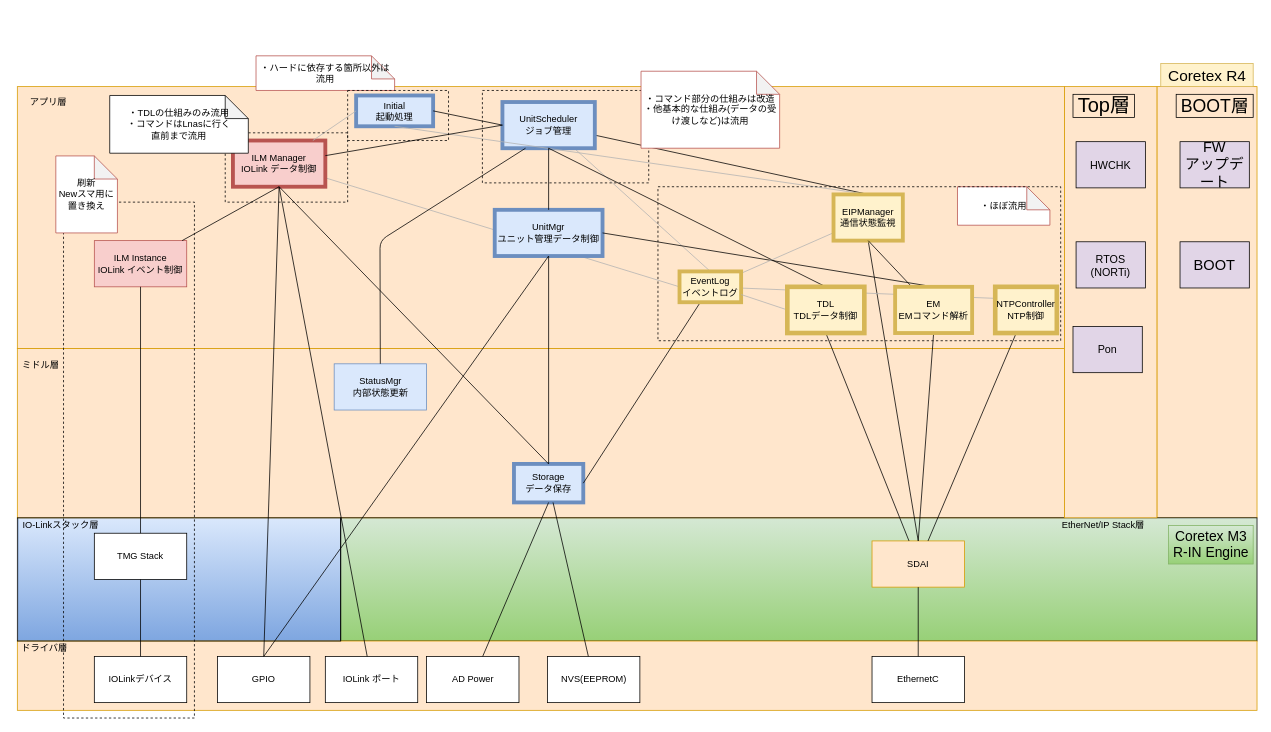
Above: page "NXR-ILM静的構造_整理" (2 of 4) of NWユニット_アーキテクチャ図.drawio in YutaSuzukiGARI/nwunit (draw.io), before the change. Source tidied: cells renumbered, new cells numbered last; positions are measured from the earlier drawing's top-left corner, leaving out a move shared by most shapes. Both pictures are drawn from the tidied source at 77%, with x=0, y=0 at pixel (13, 55).
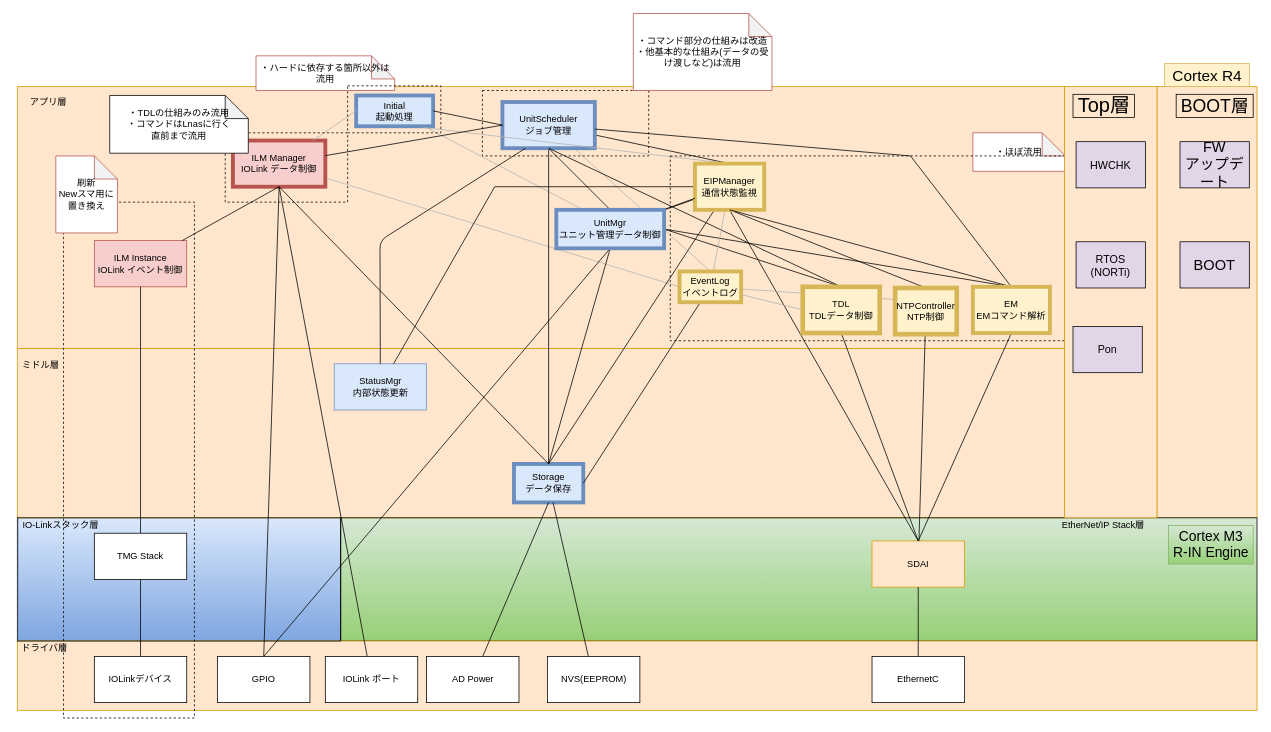
Above is the later version.

The change refers to these unchanged cells:
```xml
<mxCell id="11" value="Initial&lt;br&gt;起動処理" style="rounded=0;whiteSpace=wrap;html=1;fillColor=#dae8fc;strokeColor=#6c8ebf;strokeWidth=5;fontColor=default;" parent="1" vertex="1">
  <mxGeometry x="445" y="51.5" width="100" height="40" as="geometry" />
</mxCell>
<mxCell id="13" value="StatusMgr&lt;br&gt;内部状態更新" style="rounded=0;whiteSpace=wrap;html=1;fillColor=#dae8fc;strokeColor=#6c8ebf;fontColor=default;" parent="1" vertex="1">
  <mxGeometry x="416.5" y="400" width="120" height="60" as="geometry" />
</mxCell>
<mxCell id="14" value="SDAI" style="rounded=0;whiteSpace=wrap;html=1;fillColor=#ffe6cc;strokeColor=#d79b00;fontColor=default;" parent="1" vertex="1">
  <mxGeometry x="1115" y="630" width="120" height="60" as="geometry" />
</mxCell>
<mxCell id="16" value="Storage&lt;br&gt;データ保存" style="rounded=0;whiteSpace=wrap;html=1;fillColor=#dae8fc;strokeColor=#6c8ebf;strokeWidth=5;fontColor=default;" parent="1" vertex="1">
  <mxGeometry x="650" y="530" width="90" height="50" as="geometry" />
</mxCell>
<mxCell id="19" value="UnitScheduler&lt;br&gt;ジョブ管理" style="rounded=0;whiteSpace=wrap;html=1;fillColor=#dae8fc;strokeColor=#6c8ebf;strokeWidth=5;fontColor=default;" parent="1" vertex="1">
  <mxGeometry x="635" y="60" width="120" height="60" as="geometry" />
</mxCell>
```

Diff of the diagram source:
```diff
@@
+    <mxCell id="87" style="edgeStyle=none;rounded=0;jettySize=auto;html=1;entryX=0.25;entryY=0;entryDx=0;entryDy=0;endArrow=none;endFill=0;strokeColor=#B3B3B3;" parent="1" edge="1" source="11" target="12">
+      <mxGeometry relative="1" as="geometry" />
+    </mxCell>
@@
-    <mxCell id="12" value="UnitMgr&lt;br&gt;ユニット管理データ制御" style="rounded=0;whiteSpace=wrap;html=1;fillColor=#dae8fc;strokeColor=#6c8ebf;strokeWidth=5;fontColor=default;" parent="1" vertex="1">
-      <mxGeometry x="625" y="200" width="140" height="60" as="geometry" />
-    </mxCell>
+    <mxCell id="88" style="edgeStyle=none;rounded=0;jettySize=auto;html=1;entryX=0.5;entryY=0;entryDx=0;entryDy=0;endArrow=none;endFill=0;exitX=1;exitY=0.5;exitDx=0;exitDy=0;" parent="1" edge="1" source="12" target="70">
+      <mxGeometry relative="1" as="geometry" />
+    </mxCell>
@@
+    <mxCell id="89" style="edgeStyle=none;rounded=0;jettySize=auto;html=1;endArrow=none;endFill=0;" parent="1" edge="1" source="19" target="16">
+      <mxGeometry relative="1" as="geometry" />
+    </mxCell>
@@
-    <mxCell id="22" style="endArrow=none;html=1;exitX=0.5;exitY=1;exitDx=0;exitDy=0;entryX=0.5;entryY=0;entryDx=0;entryDy=0;endFill=0;strokeColor=#B3B3B3;labelBackgroundColor=default;fontColor=default;" parent="1" edge="1" source="11" target="65">
+    <mxCell id="22" style="endArrow=none;html=1;exitX=0.87;exitY=1.038;exitDx=0;exitDy=0;entryX=0.5;entryY=0;entryDx=0;entryDy=0;endFill=0;strokeColor=#B3B3B3;labelBackgroundColor=default;fontColor=default;exitPerimeter=0;" parent="1" edge="1" source="11" target="65">
       <mxGeometry relative="1" as="geometry" />
     </mxCell>
@@
-    <mxCell id="28" style="endArrow=none;html=1;exitX=0.5;exitY=0;exitDx=0;exitDy=0;endFill=0;" parent="1" edge="1" source="12" target="19">
+    <mxCell id="28" style="endArrow=none;html=1;exitX=0.5;exitY=0;exitDx=0;exitDy=0;endFill=0;entryX=0.5;entryY=1;entryDx=0;entryDy=0;" parent="1" edge="1" source="12" target="19">
       <mxGeometry relative="1" as="geometry" />
     </mxCell>
@@
-    <mxCell id="32" style="endArrow=none;html=1;exitX=0.5;exitY=1;exitDx=0;exitDy=0;endFill=0;fontColor=default;" parent="1" edge="1" source="70" target="14">
-      <mxGeometry relative="1" as="geometry" />
+    <mxCell id="32" style="endArrow=none;html=1;exitX=0.5;exitY=1;exitDx=0;exitDy=0;endFill=0;fontColor=default;" parent="1" edge="1" source="70">
+      <mxGeometry relative="1" as="geometry">
+        <mxPoint x="1175" y="630" as="targetPoint" />
+      </mxGeometry>
     </mxCell>
@@
-    <mxCell id="47" style="endArrow=none;html=1;exitX=0.5;exitY=1;exitDx=0;exitDy=0;entryX=0.5;entryY=0;entryDx=0;entryDy=0;endFill=0;fontColor=default;" parent="1" edge="1" source="65" target="14">
-      <mxGeometry relative="1" as="geometry" />
+    <mxCell id="47" style="endArrow=none;html=1;entryX=0.5;entryY=0;entryDx=0;entryDy=0;endFill=0;fontColor=default;" parent="1" edge="1" target="14">
+      <mxGeometry relative="1" as="geometry">
+        <mxPoint x="930" y="200" as="sourcePoint" />
+      </mxGeometry>
     </mxCell>
@@
     <mxCell id="57" value="・ほぼ流用" style="shape=note;whiteSpace=wrap;html=1;backgroundOutline=1;darkOpacity=0.05;fillColor=#ffffff;strokeColor=#b85450;gradientColor=#ffffff;fontColor=default;" parent="1" vertex="1">
-      <mxGeometry x="1226" y="170" width="120" height="50" as="geometry" />
+      <mxGeometry x="1246" y="100" width="120" height="50" as="geometry" />
     </mxCell>
@@
+    <mxCell id="90" style="rounded=0;jettySize=auto;html=1;endArrow=none;endFill=0;exitX=0.5;exitY=0;exitDx=0;exitDy=0;entryX=0.5;entryY=1;entryDx=0;entryDy=0;" parent="1" edge="1" source="63" target="65">
+      <mxGeometry relative="1" as="geometry" />
+    </mxCell>
     <mxCell id="63" value="NTPController&lt;br&gt;NTP制御" style="rounded=0;whiteSpace=wrap;html=1;fillColor=#fff2cc;strokeColor=#d6b656;strokeWidth=6;fontColor=default;" parent="1" vertex="1">
-      <mxGeometry x="1275" y="300" width="80" height="60" as="geometry" />
+      <mxGeometry x="1145" y="301.5" width="80" height="60" as="geometry" />
     </mxCell>
@@
+    <mxCell id="91" style="edgeStyle=none;rounded=0;jettySize=auto;html=1;endArrow=none;endFill=0;" parent="1" edge="1" source="65" target="12">
+      <mxGeometry relative="1" as="geometry" />
+    </mxCell>
+    <mxCell id="92" style="edgeStyle=none;rounded=0;jettySize=auto;html=1;endArrow=none;endFill=0;" parent="1" edge="1" source="65" target="13">
+      <mxGeometry relative="1" as="geometry">
+        <Array as="points">
+          <mxPoint x="625" y="170" />
+        </Array>
+      </mxGeometry>
+    </mxCell>
+    <mxCell id="93" style="edgeStyle=none;rounded=0;jettySize=auto;html=1;entryX=0.5;entryY=0;entryDx=0;entryDy=0;endArrow=none;endFill=0;" parent="1" edge="1" source="65" target="16">
+      <mxGeometry relative="1" as="geometry" />
+    </mxCell>
     <mxCell id="65" value="EIPManager&lt;br&gt;通信状態監視" style="rounded=0;whiteSpace=wrap;html=1;fillColor=#fff2cc;strokeColor=#D6B656;strokeWidth=5;fontColor=default;" parent="1" vertex="1">
-      <mxGeometry x="1065" y="180" width="90" height="60" as="geometry" />
+      <mxGeometry x="885" y="140" width="90" height="60" as="geometry" />
     </mxCell>
-    <mxCell id="66" style="edgeStyle=none;rounded=0;jettySize=auto;html=1;entryX=0.5;entryY=1;entryDx=0;entryDy=0;labelBackgroundColor=default;fontSize=13;fontColor=default;endArrow=none;endFill=0;strokeColor=default;" parent="1" edge="1" source="67" target="65">
+    <mxCell id="66" style="edgeStyle=none;rounded=0;jettySize=auto;html=1;entryX=0.5;entryY=1;entryDx=0;entryDy=0;labelBackgroundColor=default;fontSize=13;fontColor=default;endArrow=none;endFill=0;strokeColor=default;exitX=0.5;exitY=0;exitDx=0;exitDy=0;" parent="1" edge="1" source="67" target="65">
       <mxGeometry relative="1" as="geometry" />
     </mxCell>
+    <mxCell id="94" style="edgeStyle=none;rounded=0;jettySize=auto;html=1;endArrow=none;endFill=0;exitX=0.5;exitY=0;exitDx=0;exitDy=0;" parent="1" edge="1" source="67" target="19">
+      <mxGeometry relative="1" as="geometry">
+        <Array as="points">
+          <mxPoint x="1165" y="130" />
+        </Array>
+      </mxGeometry>
+    </mxCell>
     <mxCell id="67" value="EM&lt;br&gt;EMコマンド解析" style="rounded=0;whiteSpace=wrap;html=1;fillColor=#fff2cc;strokeColor=#d6b656;strokeWidth=5;fontColor=default;" parent="1" vertex="1">
-      <mxGeometry x="1145" y="300" width="100" height="60" as="geometry" />
+      <mxGeometry x="1246" y="300" width="100" height="60" as="geometry" />
     </mxCell>
@@
     <mxCell id="69" style="rounded=0;whiteSpace=wrap;html=1;fillColor=none;gradientColor=#ffffff;dashed=1;strokeColor=default;fontColor=default;" parent="1" vertex="1">
-      <mxGeometry x="837" y="170" width="523" height="200" as="geometry" />
+      <mxGeometry x="853" y="130" width="523" height="240" as="geometry" />
     </mxCell>
     <mxCell id="70" value="TDL&lt;br&gt;TDLデータ制御" style="rounded=0;whiteSpace=wrap;html=1;fillColor=#fff2cc;strokeColor=#d6b656;strokeWidth=6;fontColor=default;" parent="1" vertex="1">
-      <mxGeometry x="1005" y="300" width="100" height="60" as="geometry" />
+      <mxGeometry x="1025" y="300" width="100" height="60" as="geometry" />
     </mxCell>
@@
     <mxCell id="82" style="rounded=0;whiteSpace=wrap;html=1;fillColor=none;gradientColor=#ffffff;dashed=1;strokeColor=default;fontColor=default;" parent="1" vertex="1">
-      <mxGeometry x="609" y="45" width="216" height="120" as="geometry" />
+      <mxGeometry x="609" y="45" width="216" height="85" as="geometry" />
     </mxCell>
     <mxCell id="83" value="・コマンド部分の仕組みは改造&lt;br&gt;・他基本的な仕組み(データの受け渡しなど)は流用" style="shape=note;whiteSpace=wrap;html=1;backgroundOutline=1;darkOpacity=0.05;fillColor=#ffffff;strokeColor=#b85450;gradientColor=#ffffff;fontColor=default;" parent="1" vertex="1">
-      <mxGeometry x="815" y="20" width="180" height="100" as="geometry" />
+      <mxGeometry x="805" y="-55" width="180" height="100" as="geometry" />
     </mxCell>
     <mxCell id="84" style="rounded=0;whiteSpace=wrap;html=1;fillColor=none;gradientColor=#ffffff;dashed=1;strokeColor=default;fontColor=default;" parent="1" vertex="1">
-      <mxGeometry x="434" y="45" width="131" height="65" as="geometry" />
+      <mxGeometry x="434" y="39" width="121" height="61" as="geometry" />
     </mxCell>
-    <mxCell id="85" value="Coretex R4" style="text;html=1;align=center;verticalAlign=middle;fontSize=20;fillColor=#fff2cc;strokeColor=#d6b656;fontColor=default;" parent="1" vertex="1">
-      <mxGeometry x="1490" y="10" width="120" height="30" as="geometry" />
+    <mxCell id="85" value="Cortex R4" style="text;html=1;align=center;verticalAlign=middle;fontSize=20;fillColor=#fff2cc;strokeColor=#d6b656;fontColor=default;" parent="1" vertex="1">
+      <mxGeometry x="1495" y="10" width="110" height="30" as="geometry" />
     </mxCell>
-    <mxCell id="86" value="Coretex M3&lt;br style=&quot;font-size: 18px;&quot;&gt;R-IN Engine" style="text;html=1;align=center;verticalAlign=middle;fontSize=18;fillColor=#d5e8d4;strokeColor=#82b366;gradientColor=#97d077;fontColor=default;" parent="1" vertex="1">
+    <mxCell id="86" value="Cortex M3&lt;br style=&quot;font-size: 18px&quot;&gt;R-IN Engine" style="text;html=1;align=center;verticalAlign=middle;fontSize=18;fillColor=#d5e8d4;strokeColor=#82b366;gradientColor=#97d077;fontColor=default;" parent="1" vertex="1">
       <mxGeometry x="1500" y="610" width="110" height="50" as="geometry" />
     </mxCell>
+    <mxCell id="95" style="edgeStyle=none;rounded=0;jettySize=auto;html=1;entryX=0;entryY=0.75;entryDx=0;entryDy=0;endArrow=none;endFill=0;" parent="1" edge="1" source="12" target="65">
+      <mxGeometry relative="1" as="geometry" />
+    </mxCell>
+    <mxCell id="12" value="UnitMgr&lt;br&gt;ユニット管理データ制御" style="rounded=0;whiteSpace=wrap;html=1;fillColor=#dae8fc;strokeColor=#6c8ebf;strokeWidth=5;fontColor=default;" parent="1" vertex="1">
+      <mxGeometry x="705" y="200" width="140" height="50" as="geometry" />
+    </mxCell>
```
